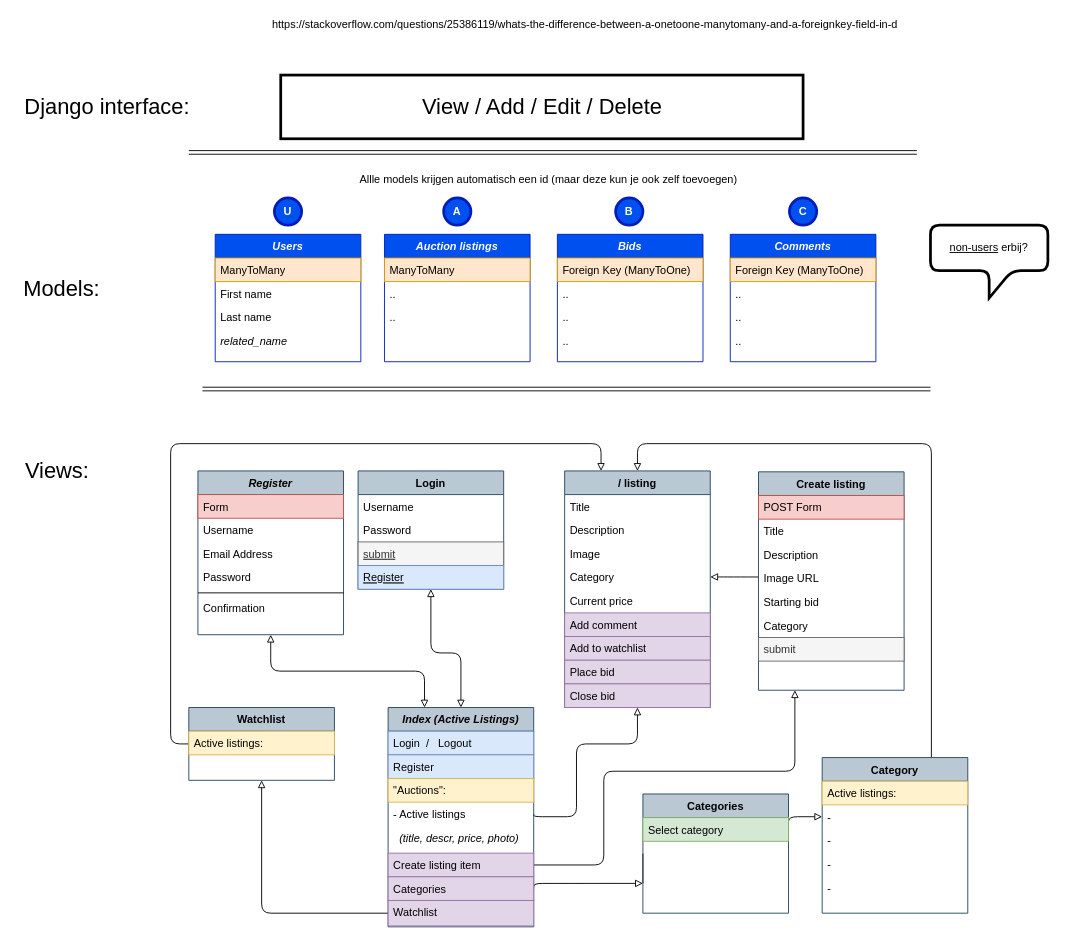
The draw.io diagram page "Views" (1 of 2) of Untitled Diagram.drawio in Lisannevdboomen/Commerce, before the edit. Source tidied: cells renumbered, new cells numbered last; positions are measured from the earlier drawing's top-left corner, leaving out a move shared by most shapes. Both pictures are drawn from the tidied source at 91%, with x=0, y=0 at pixel (15, 15).
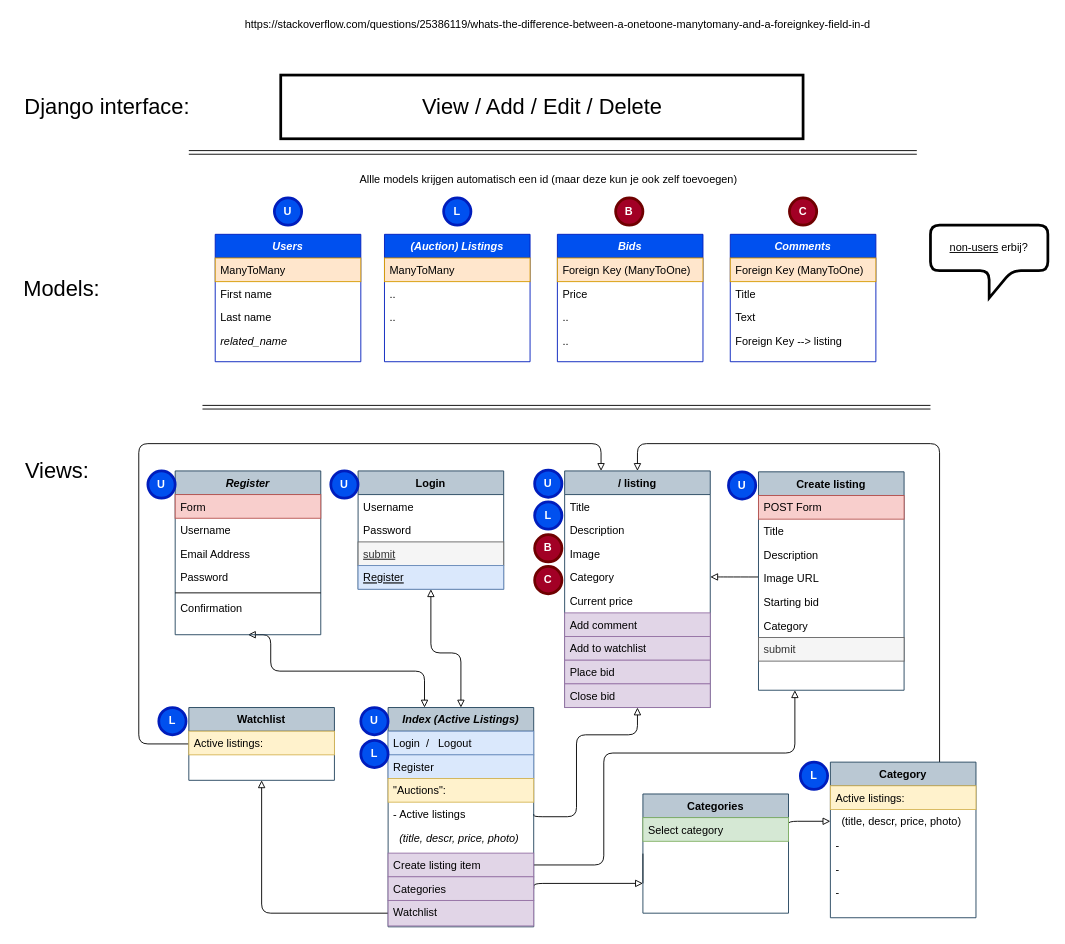
Above is the later version.

The change refers to these unchanged cells:
```xml
<mxCell id="17" value="Comments" style="swimlane;fontStyle=3;align=center;verticalAlign=top;horizontal=1;startSize=26;rounded=0;shadow=0;strokeWidth=1;fillColor=#0050ef;strokeColor=#001DBC;fontColor=#ffffff;" parent="1" vertex="1">
  <mxGeometry x="785" y="240" width="160" height="140" as="geometry" />
</mxCell>
<mxCell id="22" value="Bids" style="swimlane;fontStyle=3;align=center;verticalAlign=top;horizontal=1;startSize=26;rounded=0;shadow=0;strokeWidth=1;fillColor=#0050ef;strokeColor=#001DBC;fontColor=#ffffff;" parent="1" vertex="1">
  <mxGeometry x="595" y="240" width="160" height="140" as="geometry" />
</mxCell>
<mxCell id="51" value="/ listing" style="swimlane;fontStyle=1;align=center;verticalAlign=top;horizontal=1;startSize=26;rounded=0;shadow=0;strokeWidth=1;fillColor=#bac8d3;strokeColor=#23445d;" parent="1" vertex="1">
  <mxGeometry x="603" y="500" width="160" height="260" as="geometry" />
</mxCell>
<mxCell id="61" value="Create listing" style="swimlane;fontStyle=1;align=center;verticalAlign=top;horizontal=1;startSize=26;rounded=0;shadow=0;strokeWidth=1;fillColor=#bac8d3;strokeColor=#23445d;" parent="1" vertex="1">
  <mxGeometry x="816" y="501" width="160" height="240" as="geometry" />
</mxCell>
<mxCell id="79" value="- Active listings" style="text;align=left;verticalAlign=top;spacingLeft=4;spacingRight=4;overflow=hidden;points=[[0,0.5],[1,0.5]];portConstraint=eastwest;rounded=0;shadow=0;html=0;" parent="75" vertex="1">
  <mxGeometry y="104" width="160" height="26" as="geometry" />
</mxCell>
<mxCell id="81" value="Create listing item" style="text;align=left;verticalAlign=top;spacingLeft=4;spacingRight=4;overflow=hidden;points=[[0,0.5],[1,0.5]];portConstraint=eastwest;fillColor=#e1d5e7;strokeColor=#9673a6;" parent="75" vertex="1">
  <mxGeometry y="160" width="160" height="26" as="geometry" />
</mxCell>
<mxCell id="84" value="Watchlist" style="swimlane;fontStyle=1;align=center;verticalAlign=top;horizontal=1;startSize=26;rounded=0;shadow=0;strokeWidth=1;fillColor=#bac8d3;strokeColor=#23445d;" parent="1" vertex="1">
  <mxGeometry x="190" y="760" width="160" height="80" as="geometry" />
</mxCell>
```

What changed in the source:
```diff
@@
     <mxCell id="5" style="edgeStyle=orthogonalEdgeStyle;curved=0;rounded=1;sketch=0;jettySize=auto;html=1;entryX=1;entryY=0.5;entryDx=0;entryDy=0;startArrow=block;startFill=0;endArrow=none;endFill=0;exitX=0.25;exitY=1;exitDx=0;exitDy=0;" parent="1" edge="1" source="61" target="81">
       <mxGeometry relative="1" as="geometry">
         <Array as="points">
-          <mxPoint x="856" y="830" />
-          <mxPoint x="646" y="830" />
+          <mxPoint x="856" y="810" />
+          <mxPoint x="646" y="810" />
           <mxPoint x="646" y="933" />
         </Array>
       </mxGeometry>
     </mxCell>
     <mxCell id="6" style="edgeStyle=orthogonalEdgeStyle;curved=0;rounded=1;sketch=0;jettySize=auto;html=1;startArrow=none;startFill=0;endArrow=block;endFill=0;entryX=0;entryY=0.5;entryDx=0;entryDy=0;" parent="1" edge="1" target="71">
       <mxGeometry relative="1" as="geometry">
         <mxPoint x="849" y="890" as="sourcePoint" />
         <Array as="points">
-          <mxPoint x="849" y="880" />
+          <mxPoint x="849" y="885" />
         </Array>
       </mxGeometry>
     </mxCell>
@@
     <mxCell id="8" style="shape=link;html=1;startArrow=none;startFill=0;endArrow=none;endFill=0;" parent="1" edge="1">
       <mxGeometry relative="1" as="geometry">
-        <mxPoint x="205" y="410" as="sourcePoint" />
-        <mxPoint x="1005" y="410" as="targetPoint" />
+        <mxPoint x="205" y="430" as="sourcePoint" />
+        <mxPoint x="1005" y="430" as="targetPoint" />
       </mxGeometry>
     </mxCell>
@@
     <mxCell id="16" value="https://stackoverflow.com/questions/25386119/whats-the-difference-between-a-onetoone-manytomany-and-a-foreignkey-field-in-d" style="text;html=1;align=center;verticalAlign=middle;fillColor=none;strokeColor=none;rounded=0;shadow=0;sketch=0;" parent="1" vertex="1">
-      <mxGeometry x="275" width="700" height="20" as="geometry" />
+      <mxGeometry x="245" width="700" height="20" as="geometry" />
     </mxCell>
@@
-    <mxCell id="19" value=".." style="text;align=left;verticalAlign=top;spacingLeft=4;spacingRight=4;overflow=hidden;" parent="17" vertex="1">
+    <mxCell id="19" value="Title" style="text;align=left;verticalAlign=top;spacingLeft=4;spacingRight=4;overflow=hidden;" parent="17" vertex="1">
       <mxGeometry y="52" width="160" height="26" as="geometry" />
     </mxCell>
-    <mxCell id="20" value=".." style="text;align=left;verticalAlign=top;spacingLeft=4;spacingRight=4;overflow=hidden;rounded=0;shadow=0;html=0;" parent="17" vertex="1">
+    <mxCell id="20" value="Text" style="text;align=left;verticalAlign=top;spacingLeft=4;spacingRight=4;overflow=hidden;rounded=0;shadow=0;html=0;" parent="17" vertex="1">
       <mxGeometry y="78" width="160" height="26" as="geometry" />
     </mxCell>
-    <mxCell id="21" value=".." style="text;align=left;verticalAlign=top;spacingLeft=4;spacingRight=4;overflow=hidden;rounded=0;shadow=0;html=0;" parent="17" vertex="1">
+    <mxCell id="21" value="Foreign Key --&gt; listing" style="text;align=left;verticalAlign=top;spacingLeft=4;spacingRight=4;overflow=hidden;rounded=0;shadow=0;html=0;" parent="17" vertex="1">
       <mxGeometry y="104" width="160" height="26" as="geometry" />
     </mxCell>
@@
-    <mxCell id="24" value=".." style="text;align=left;verticalAlign=top;spacingLeft=4;spacingRight=4;overflow=hidden;" parent="22" vertex="1">
+    <mxCell id="24" value="Price" style="text;align=left;verticalAlign=top;spacingLeft=4;spacingRight=4;overflow=hidden;" parent="22" vertex="1">
       <mxGeometry y="52" width="160" height="26" as="geometry" />
     </mxCell>
@@
-    <mxCell id="27" value="Auction listings" style="swimlane;fontStyle=3;align=center;verticalAlign=top;horizontal=1;startSize=26;rounded=0;shadow=0;strokeWidth=1;fillColor=#0050ef;strokeColor=#001DBC;fontColor=#ffffff;" parent="1" vertex="1">
+    <mxCell id="27" value="(Auction) Listings" style="swimlane;fontStyle=3;align=center;verticalAlign=top;horizontal=1;startSize=26;rounded=0;shadow=0;strokeWidth=1;fillColor=#0050ef;strokeColor=#001DBC;fontColor=#ffffff;" parent="1" vertex="1">
       <mxGeometry x="405" y="240" width="160" height="140" as="geometry" />
     </mxCell>
@@
     <mxCell id="37" style="edgeStyle=orthogonalEdgeStyle;curved=0;rounded=1;sketch=0;jettySize=auto;html=1;exitX=0.5;exitY=1;exitDx=0;exitDy=0;entryX=1;entryY=0.5;entryDx=0;entryDy=0;startArrow=block;startFill=0;endArrow=none;endFill=0;" parent="1" edge="1" source="51" target="79">
       <mxGeometry relative="1" as="geometry">
         <Array as="points">
-          <mxPoint x="683" y="800" />
-          <mxPoint x="616" y="800" />
+          <mxPoint x="683" y="790" />
+          <mxPoint x="616" y="790" />
           <mxPoint x="616" y="880" />
           <mxPoint x="569" y="880" />
         </Array>
       </mxGeometry>
     </mxCell>
@@
     <mxCell id="40" style="edgeStyle=orthogonalEdgeStyle;sketch=0;jettySize=auto;html=1;exitX=0.75;exitY=0;exitDx=0;exitDy=0;entryX=0.5;entryY=0;entryDx=0;entryDy=0;startArrow=none;startFill=0;endArrow=block;endFill=0;rounded=1;" parent="1" edge="1" source="69" target="51">
       <mxGeometry relative="1" as="geometry">
         <Array as="points">
-          <mxPoint x="1006" y="470" />
+          <mxPoint x="1015" y="470" />
           <mxPoint x="683" y="470" />
         </Array>
       </mxGeometry>
     </mxCell>
     <mxCell id="41" style="edgeStyle=orthogonalEdgeStyle;rounded=1;sketch=0;jettySize=auto;html=1;exitX=0;exitY=0.5;exitDx=0;exitDy=0;entryX=0.25;entryY=0;entryDx=0;entryDy=0;startArrow=none;startFill=0;endArrow=block;endFill=0;" parent="1" edge="1" source="84" target="51">
       <mxGeometry relative="1" as="geometry">
         <Array as="points">
-          <mxPoint x="170" y="800" />
-          <mxPoint x="170" y="470" />
+          <mxPoint x="135" y="800" />
+          <mxPoint x="135" y="470" />
           <mxPoint x="643" y="470" />
         </Array>
       </mxGeometry>
     </mxCell>
@@
-    <mxCell id="43" value="&lt;b&gt;A&lt;/b&gt;" style="ellipse;whiteSpace=wrap;html=1;rounded=1;shadow=0;sketch=0;strokeWidth=3;align=center;fillColor=#0050ef;strokeColor=#001DBC;fontColor=#ffffff;" parent="1" vertex="1">
+    <mxCell id="43" value="&lt;b&gt;L&lt;/b&gt;" style="ellipse;whiteSpace=wrap;html=1;rounded=1;shadow=0;sketch=0;strokeWidth=3;align=center;fillColor=#0050ef;strokeColor=#001DBC;fontColor=#ffffff;" parent="1" vertex="1">
       <mxGeometry x="470" y="200" width="30" height="30" as="geometry" />
     </mxCell>
-    <mxCell id="44" value="&lt;b&gt;B&lt;/b&gt;" style="ellipse;whiteSpace=wrap;html=1;rounded=1;shadow=0;sketch=0;strokeWidth=3;align=center;fillColor=#0050ef;strokeColor=#001DBC;fontColor=#ffffff;" parent="1" vertex="1">
+    <mxCell id="44" value="&lt;b&gt;B&lt;/b&gt;" style="ellipse;whiteSpace=wrap;html=1;rounded=1;shadow=0;sketch=0;strokeWidth=3;align=center;fillColor=#a20025;strokeColor=#6F0000;fontColor=#ffffff;" parent="1" vertex="1">
       <mxGeometry x="659" y="200" width="30" height="30" as="geometry" />
     </mxCell>
-    <mxCell id="45" value="&lt;b&gt;C&lt;/b&gt;" style="ellipse;whiteSpace=wrap;html=1;rounded=1;shadow=0;sketch=0;strokeWidth=3;align=center;fillColor=#0050ef;strokeColor=#001DBC;fontColor=#ffffff;" parent="1" vertex="1">
+    <mxCell id="45" value="&lt;b&gt;C&lt;/b&gt;" style="ellipse;whiteSpace=wrap;html=1;rounded=1;shadow=0;sketch=0;strokeWidth=3;align=center;fillColor=#a20025;strokeColor=#6F0000;fontColor=#ffffff;" parent="1" vertex="1">
       <mxGeometry x="850" y="200" width="30" height="30" as="geometry" />
     </mxCell>
@@
-    <mxCell id="69" value="Category" style="swimlane;fontStyle=1;align=center;verticalAlign=top;horizontal=1;startSize=26;rounded=0;shadow=0;strokeWidth=1;fillColor=#bac8d3;strokeColor=#23445d;" parent="1" vertex="1">
-      <mxGeometry x="886" y="815" width="160" height="171" as="geometry" />
-    </mxCell>
-    <mxCell id="70" value="Active listings:" style="text;align=left;verticalAlign=top;spacingLeft=4;spacingRight=4;overflow=hidden;fontStyle=0;fillColor=#fff2cc;strokeColor=#d6b656;" parent="69" vertex="1">
-      <mxGeometry y="26" width="160" height="26" as="geometry" />
-    </mxCell>
-    <mxCell id="71" value="-" style="text;align=left;verticalAlign=top;spacingLeft=4;spacingRight=4;overflow=hidden;points=[[0,0.5],[1,0.5]];portConstraint=eastwest;" parent="69" vertex="1">
-      <mxGeometry y="52" width="160" height="26" as="geometry" />
-    </mxCell>
-    <mxCell id="72" value="-" style="text;align=left;verticalAlign=top;spacingLeft=4;spacingRight=4;overflow=hidden;" parent="69" vertex="1">
-      <mxGeometry y="78" width="160" height="26" as="geometry" />
-    </mxCell>
-    <mxCell id="73" value="-" style="text;align=left;verticalAlign=top;spacingLeft=4;spacingRight=4;overflow=hidden;" parent="69" vertex="1">
-      <mxGeometry y="104" width="160" height="26" as="geometry" />
-    </mxCell>
-    <mxCell id="74" value="-" style="text;align=left;verticalAlign=top;spacingLeft=4;spacingRight=4;overflow=hidden;" parent="69" vertex="1">
-      <mxGeometry y="130" width="160" height="26" as="geometry" />
-    </mxCell>
@@
+    <mxCell id="93" value="Categories" style="swimlane;fontStyle=1;align=center;verticalAlign=top;horizontal=1;startSize=26;rounded=0;shadow=0;strokeWidth=1;fillColor=#bac8d3;strokeColor=#23445d;" parent="1" vertex="1">
+      <mxGeometry x="689" y="855" width="160" height="131" as="geometry" />
+    </mxCell>
+    <mxCell id="94" value="Select category" style="text;align=left;verticalAlign=top;spacingLeft=4;spacingRight=4;overflow=hidden;fillColor=#d5e8d4;strokeColor=#82b366;" parent="93" vertex="1">
+      <mxGeometry y="26" width="160" height="26" as="geometry" />
+    </mxCell>
+    <mxCell id="95" value="&lt;b&gt;C&lt;/b&gt;" style="ellipse;whiteSpace=wrap;html=1;rounded=1;shadow=0;sketch=0;strokeWidth=3;align=center;fillColor=#a20025;strokeColor=#6F0000;fontColor=#ffffff;" parent="1" vertex="1">
+      <mxGeometry x="570" y="605" width="30" height="30" as="geometry" />
+    </mxCell>
     <mxCell id="86" value="Register" style="swimlane;fontStyle=3;align=center;verticalAlign=top;horizontal=1;startSize=26;rounded=0;shadow=0;strokeWidth=1;fillColor=#bac8d3;strokeColor=#23445d;" parent="1" vertex="1">
-      <mxGeometry x="200" y="500" width="160" height="180" as="geometry" />
+      <mxGeometry x="175" y="500" width="160" height="180" as="geometry" />
     </mxCell>
@@
-    <mxCell id="93" value="Categories" style="swimlane;fontStyle=1;align=center;verticalAlign=top;horizontal=1;startSize=26;rounded=0;shadow=0;strokeWidth=1;fillColor=#bac8d3;strokeColor=#23445d;" parent="1" vertex="1">
-      <mxGeometry x="689" y="855" width="160" height="131" as="geometry" />
-    </mxCell>
-    <mxCell id="94" value="Select category" style="text;align=left;verticalAlign=top;spacingLeft=4;spacingRight=4;overflow=hidden;fillColor=#d5e8d4;strokeColor=#82b366;" parent="93" vertex="1">
-      <mxGeometry y="26" width="160" height="26" as="geometry" />
-    </mxCell>
+    <mxCell id="96" value="&lt;b&gt;B&lt;/b&gt;" style="ellipse;whiteSpace=wrap;html=1;rounded=1;shadow=0;sketch=0;strokeWidth=3;align=center;fillColor=#a20025;strokeColor=#6F0000;fontColor=#ffffff;" parent="1" vertex="1">
+      <mxGeometry x="570" y="570" width="30" height="30" as="geometry" />
+    </mxCell>
+    <mxCell id="97" value="&lt;b&gt;L&lt;/b&gt;" style="ellipse;whiteSpace=wrap;html=1;rounded=1;shadow=0;sketch=0;strokeWidth=3;align=center;fillColor=#0050ef;strokeColor=#001DBC;fontColor=#ffffff;" parent="1" vertex="1">
+      <mxGeometry x="570" y="534" width="30" height="30" as="geometry" />
+    </mxCell>
+    <mxCell id="98" value="&lt;b&gt;U&lt;/b&gt;" style="ellipse;whiteSpace=wrap;html=1;rounded=1;shadow=0;sketch=0;strokeWidth=3;align=center;fillColor=#0050ef;strokeColor=#001DBC;fontColor=#ffffff;" parent="1" vertex="1">
+      <mxGeometry x="145" y="500" width="30" height="30" as="geometry" />
+    </mxCell>
+    <mxCell id="99" value="&lt;b&gt;U&lt;/b&gt;" style="ellipse;whiteSpace=wrap;html=1;rounded=1;shadow=0;sketch=0;strokeWidth=3;align=center;fillColor=#0050ef;strokeColor=#001DBC;fontColor=#ffffff;" parent="1" vertex="1">
+      <mxGeometry x="346" y="500" width="30" height="30" as="geometry" />
+    </mxCell>
+    <mxCell id="100" value="&lt;b&gt;U&lt;/b&gt;" style="ellipse;whiteSpace=wrap;html=1;rounded=1;shadow=0;sketch=0;strokeWidth=3;align=center;fillColor=#0050ef;strokeColor=#001DBC;fontColor=#ffffff;" parent="1" vertex="1">
+      <mxGeometry x="379" y="760" width="30" height="30" as="geometry" />
+    </mxCell>
+    <mxCell id="101" value="&lt;b&gt;L&lt;/b&gt;" style="ellipse;whiteSpace=wrap;html=1;rounded=1;shadow=0;sketch=0;strokeWidth=3;align=center;fillColor=#0050ef;strokeColor=#001DBC;fontColor=#ffffff;" parent="1" vertex="1">
+      <mxGeometry x="862" y="820" width="30" height="30" as="geometry" />
+    </mxCell>
+    <mxCell id="69" value="Category" style="swimlane;fontStyle=1;align=center;verticalAlign=top;horizontal=1;startSize=26;rounded=0;shadow=0;strokeWidth=1;fillColor=#bac8d3;strokeColor=#23445d;" parent="1" vertex="1">
+      <mxGeometry x="895" y="820" width="160" height="171" as="geometry" />
+    </mxCell>
+    <mxCell id="70" value="Active listings:" style="text;align=left;verticalAlign=top;spacingLeft=4;spacingRight=4;overflow=hidden;fontStyle=0;fillColor=#fff2cc;strokeColor=#d6b656;" parent="69" vertex="1">
+      <mxGeometry y="26" width="160" height="26" as="geometry" />
+    </mxCell>
+    <mxCell id="71" value="  (title, descr, price, photo)" style="text;align=left;verticalAlign=top;spacingLeft=4;spacingRight=4;overflow=hidden;points=[[0,0.5],[1,0.5]];portConstraint=eastwest;" parent="69" vertex="1">
+      <mxGeometry y="52" width="160" height="26" as="geometry" />
+    </mxCell>
+    <mxCell id="72" value="-" style="text;align=left;verticalAlign=top;spacingLeft=4;spacingRight=4;overflow=hidden;" parent="69" vertex="1">
+      <mxGeometry y="78" width="160" height="26" as="geometry" />
+    </mxCell>
+    <mxCell id="73" value="-" style="text;align=left;verticalAlign=top;spacingLeft=4;spacingRight=4;overflow=hidden;" parent="69" vertex="1">
+      <mxGeometry y="104" width="160" height="26" as="geometry" />
+    </mxCell>
+    <mxCell id="74" value="-" style="text;align=left;verticalAlign=top;spacingLeft=4;spacingRight=4;overflow=hidden;" parent="69" vertex="1">
+      <mxGeometry y="130" width="160" height="26" as="geometry" />
+    </mxCell>
+    <mxCell id="102" value="&lt;b&gt;L&lt;/b&gt;" style="ellipse;whiteSpace=wrap;html=1;rounded=1;shadow=0;sketch=0;strokeWidth=3;align=center;fillColor=#0050ef;strokeColor=#001DBC;fontColor=#ffffff;" parent="1" vertex="1">
+      <mxGeometry x="379" y="796" width="30" height="30" as="geometry" />
+    </mxCell>
+    <mxCell id="103" value="&lt;b&gt;U&lt;/b&gt;" style="ellipse;whiteSpace=wrap;html=1;rounded=1;shadow=0;sketch=0;strokeWidth=3;align=center;fillColor=#0050ef;strokeColor=#001DBC;fontColor=#ffffff;" parent="1" vertex="1">
+      <mxGeometry x="783" y="501" width="30" height="30" as="geometry" />
+    </mxCell>
+    <mxCell id="104" value="&lt;b&gt;U&lt;/b&gt;" style="ellipse;whiteSpace=wrap;html=1;rounded=1;shadow=0;sketch=0;strokeWidth=3;align=center;fillColor=#0050ef;strokeColor=#001DBC;fontColor=#ffffff;" parent="1" vertex="1">
+      <mxGeometry x="570" y="499" width="30" height="30" as="geometry" />
+    </mxCell>
+    <mxCell id="105" value="&lt;b&gt;L&lt;/b&gt;" style="ellipse;whiteSpace=wrap;html=1;rounded=1;shadow=0;sketch=0;strokeWidth=3;align=center;fillColor=#0050ef;strokeColor=#001DBC;fontColor=#ffffff;" parent="1" vertex="1">
+      <mxGeometry x="157" y="760" width="30" height="30" as="geometry" />
+    </mxCell>
```
